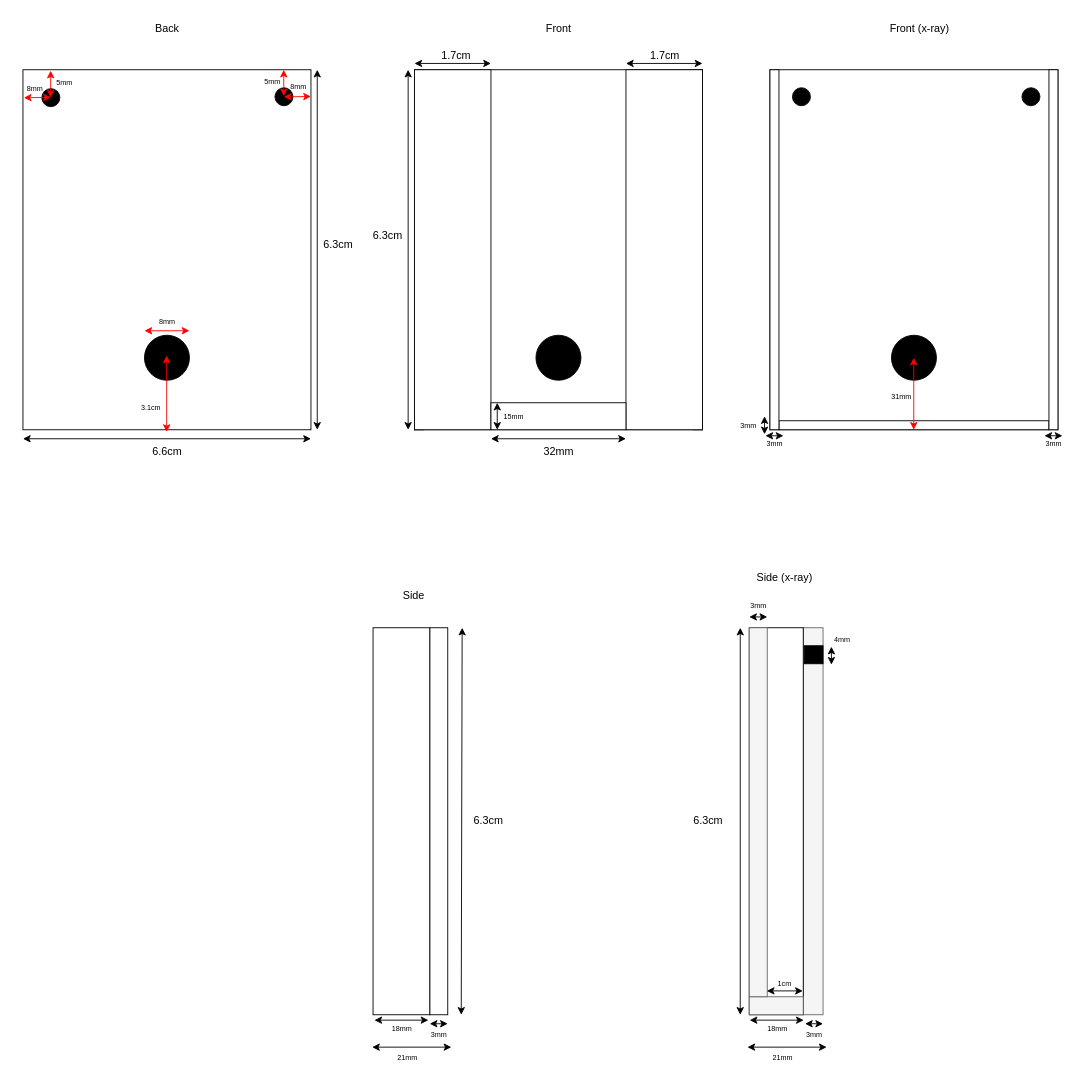
Above: docs/schematics/gearingsupport/motorsupport3.drawio in kajgm/rolltech (draw.io), before the change. Source tidied: cells renumbered, new cells numbered last; positions are measured from the earlier drawing's top-left corner, leaving out a move shared by most shapes. Both pictures are drawn from the tidied source at 90%, with x=0, y=0 at pixel (16, 15).
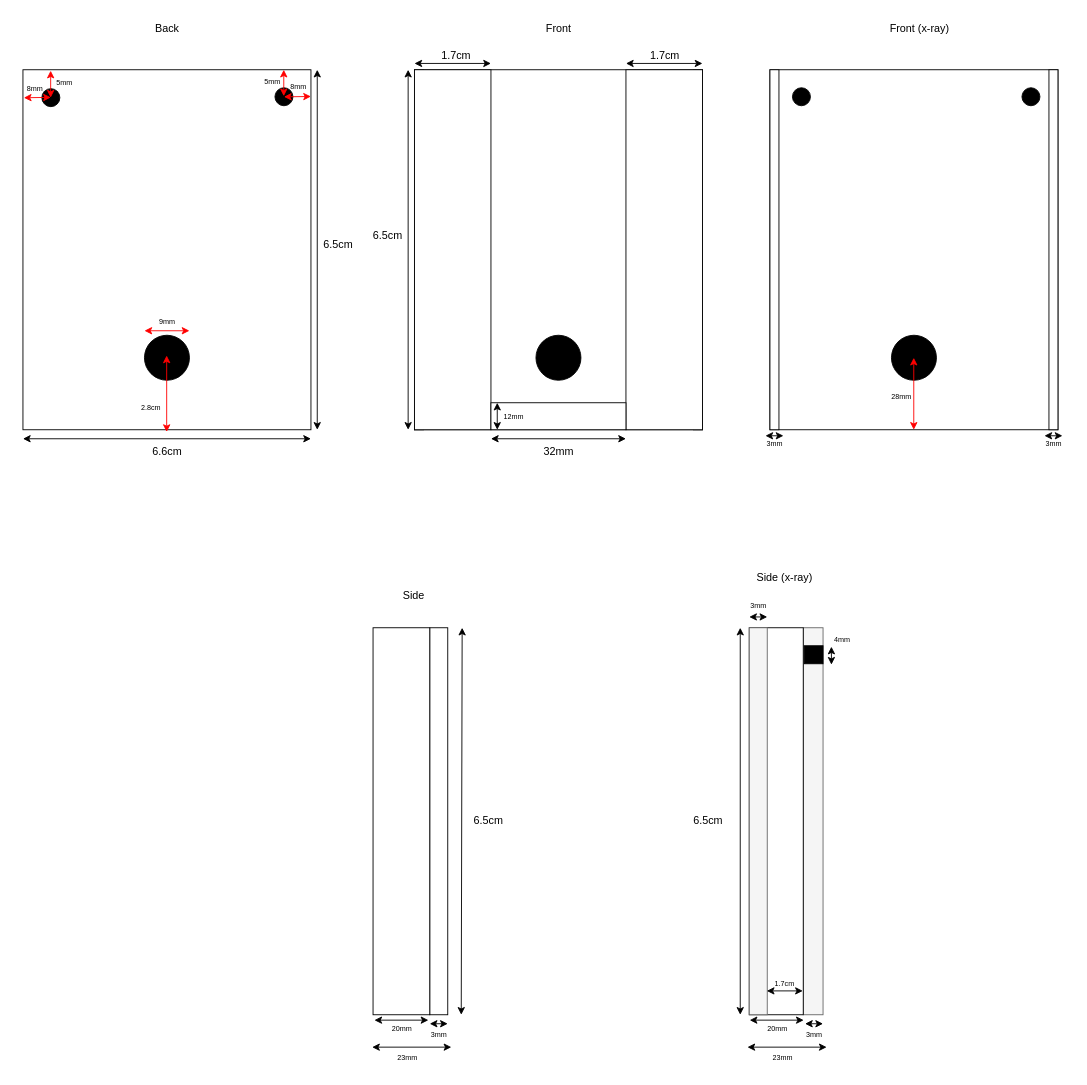
The same diagram, later.

Change to the diagram source:
```diff
@@
-    <mxCell id="26" value="&lt;font style=&quot;font-size: 8px;&quot;&gt;3.1cm&lt;/font&gt;" style="text;html=1;align=center;verticalAlign=middle;strokeColor=none;fillColor=none;" parent="1" vertex="1">
+    <mxCell id="26" value="&lt;font style=&quot;font-size: 8px;&quot;&gt;2.8cm&lt;/font&gt;" style="text;html=1;align=center;verticalAlign=middle;strokeColor=none;fillColor=none;" parent="1" vertex="1">
       <mxGeometry x="124" y="420" width="50" height="30" as="geometry" />
     </mxCell>
@@
-    <mxCell id="28" value="&lt;font style=&quot;font-size: 8px;&quot;&gt;8mm&lt;/font&gt;" style="text;html=1;align=center;verticalAlign=middle;strokeColor=none;fillColor=none;" parent="1" vertex="1">
+    <mxCell id="28" value="&lt;font style=&quot;font-size: 8px;&quot;&gt;9mm&lt;/font&gt;" style="text;html=1;align=center;verticalAlign=middle;strokeColor=none;fillColor=none;" parent="1" vertex="1">
       <mxGeometry x="147" y="324" width="40" height="30" as="geometry" />
     </mxCell>
@@
-    <mxCell id="31" value="&lt;font style=&quot;font-size: 8px;&quot;&gt;15mm&lt;/font&gt;" style="text;html=1;align=center;verticalAlign=middle;strokeColor=none;fillColor=none;" parent="1" vertex="1">
+    <mxCell id="31" value="&lt;font style=&quot;font-size: 8px;&quot;&gt;12mm&lt;/font&gt;" style="text;html=1;align=center;verticalAlign=middle;strokeColor=none;fillColor=none;" parent="1" vertex="1">
       <mxGeometry x="527" y="430" width="50" height="30" as="geometry" />
     </mxCell>
@@
-    <mxCell id="40" value="&lt;font style=&quot;font-size: 8px;&quot;&gt;21mm&lt;/font&gt;" style="text;html=1;align=center;verticalAlign=middle;strokeColor=none;fillColor=none;" parent="1" vertex="1">
+    <mxCell id="40" value="&lt;font style=&quot;font-size: 8px;&quot;&gt;23mm&lt;/font&gt;" style="text;html=1;align=center;verticalAlign=middle;strokeColor=none;fillColor=none;" parent="1" vertex="1">
       <mxGeometry x="409" y="1142" width="50" height="30" as="geometry" />
     </mxCell>
@@
-    <mxCell id="43" value="&lt;font style=&quot;font-size: 8px;&quot;&gt;18mm&lt;/font&gt;" style="text;html=1;align=center;verticalAlign=middle;strokeColor=none;fillColor=none;" parent="1" vertex="1">
+    <mxCell id="43" value="&lt;font style=&quot;font-size: 8px;&quot;&gt;20mm&lt;/font&gt;" style="text;html=1;align=center;verticalAlign=middle;strokeColor=none;fillColor=none;" parent="1" vertex="1">
       <mxGeometry x="402.5" y="1110" width="50" height="30" as="geometry" />
     </mxCell>
@@
-    <mxCell id="49" value="&lt;font style=&quot;font-size: 8px;&quot;&gt;21mm&lt;/font&gt;" style="text;html=1;align=center;verticalAlign=middle;strokeColor=none;fillColor=none;" parent="1" vertex="1">
+    <mxCell id="49" value="&lt;font style=&quot;font-size: 8px;&quot;&gt;23mm&lt;/font&gt;" style="text;html=1;align=center;verticalAlign=middle;strokeColor=none;fillColor=none;" parent="1" vertex="1">
       <mxGeometry x="826" y="1142" width="50" height="30" as="geometry" />
     </mxCell>
@@
-    <mxCell id="51" value="&lt;font style=&quot;font-size: 8px;&quot;&gt;18mm&lt;/font&gt;" style="text;html=1;align=center;verticalAlign=middle;strokeColor=none;fillColor=none;" parent="1" vertex="1">
+    <mxCell id="51" value="&lt;font style=&quot;font-size: 8px;&quot;&gt;20mm&lt;/font&gt;" style="text;html=1;align=center;verticalAlign=middle;strokeColor=none;fillColor=none;" parent="1" vertex="1">
       <mxGeometry x="819.5" y="1110" width="50" height="30" as="geometry" />
     </mxCell>
-    <mxCell id="52" style="rounded=0;whiteSpace=wrap;html=1;fillColor=#f5f5f5;fontColor=#333333;strokeColor=#666666;" parent="1" vertex="1">
-      <mxGeometry x="814" y="1090" width="60" height="20" as="geometry" />
-    </mxCell>
     <mxCell id="53" style="rounded=0;whiteSpace=wrap;html=1;fillColor=#f5f5f5;fontColor=#333333;strokeColor=#666666;" parent="1" vertex="1">
-      <mxGeometry x="814" y="680" width="20" height="410" as="geometry" />
+      <mxGeometry x="814" y="680" width="20" height="430" as="geometry" />
     </mxCell>
@@
-    <mxCell id="56" style="rounded=0;whiteSpace=wrap;html=1;" parent="1" vertex="1">
-      <mxGeometry x="847" y="450" width="300" height="10" as="geometry" />
-    </mxCell>
@@
-    <mxCell id="58" style="endArrow=classic;startArrow=classic;html=1;rounded=0;" parent="1" edge="1">
-      <mxGeometry relative="1" as="geometry">
-        <mxPoint x="831" y="445" as="sourcePoint" />
-        <mxPoint x="831" y="465" as="targetPoint" />
-      </mxGeometry>
-    </mxCell>
-    <mxCell id="59" value="&lt;font style=&quot;font-size: 8px;&quot;&gt;3mm&lt;/font&gt;" style="text;html=1;align=center;verticalAlign=middle;strokeColor=none;fillColor=none;" parent="1" vertex="1">
-      <mxGeometry x="793" y="440" width="40" height="30" as="geometry" />
-    </mxCell>
@@
-    <mxCell id="69" value="6.3cm" style="text;html=1;align=center;verticalAlign=middle;strokeColor=none;fillColor=none;" parent="1" vertex="1">
+    <mxCell id="69" value="6.5cm" style="text;html=1;align=center;verticalAlign=middle;strokeColor=none;fillColor=none;" parent="1" vertex="1">
       <mxGeometry x="327" y="240" width="60" height="30" as="geometry" />
     </mxCell>
@@
-    <mxCell id="74" value="6.3cm" style="text;html=1;align=center;verticalAlign=middle;strokeColor=none;fillColor=none;" parent="1" vertex="1">
+    <mxCell id="74" value="6.5cm" style="text;html=1;align=center;verticalAlign=middle;strokeColor=none;fillColor=none;" parent="1" vertex="1">
       <mxGeometry x="494" y="880" width="60" height="30" as="geometry" />
     </mxCell>
@@
-    <mxCell id="80" value="&lt;font style=&quot;font-size: 8px;&quot;&gt;31mm&lt;/font&gt;" style="text;html=1;align=center;verticalAlign=middle;strokeColor=none;fillColor=none;" parent="1" vertex="1">
+    <mxCell id="80" value="&lt;font style=&quot;font-size: 8px;&quot;&gt;28mm&lt;/font&gt;" style="text;html=1;align=center;verticalAlign=middle;strokeColor=none;fillColor=none;" parent="1" vertex="1">
       <mxGeometry x="958" y="407" width="50" height="30" as="geometry" />
     </mxCell>
@@
-    <mxCell id="84" value="6.3cm" style="text;html=1;align=center;verticalAlign=middle;strokeColor=none;fillColor=none;" parent="1" vertex="1">
+    <mxCell id="84" value="6.5cm" style="text;html=1;align=center;verticalAlign=middle;strokeColor=none;fillColor=none;" parent="1" vertex="1">
       <mxGeometry x="382" y="230" width="60" height="30" as="geometry" />
     </mxCell>
-    <mxCell id="85" value="6.3cm" style="text;html=1;align=center;verticalAlign=middle;strokeColor=none;fillColor=none;" parent="1" vertex="1">
+    <mxCell id="85" value="6.5cm" style="text;html=1;align=center;verticalAlign=middle;strokeColor=none;fillColor=none;" parent="1" vertex="1">
       <mxGeometry x="738" y="880" width="60" height="30" as="geometry" />
     </mxCell>
@@
-    <mxCell id="87" value="1cm" style="text;html=1;align=center;verticalAlign=middle;strokeColor=none;fillColor=none;fontSize=8;" parent="1" vertex="1">
-      <mxGeometry x="833" y="1065" width="40" height="20" as="geometry" />
+    <mxCell id="87" value="1.7cm" style="text;html=1;align=center;verticalAlign=middle;strokeColor=none;fillColor=none;fontSize=8;" parent="1" vertex="1">
+      <mxGeometry x="828" y="1065" width="50" height="20" as="geometry" />
     </mxCell>
```
